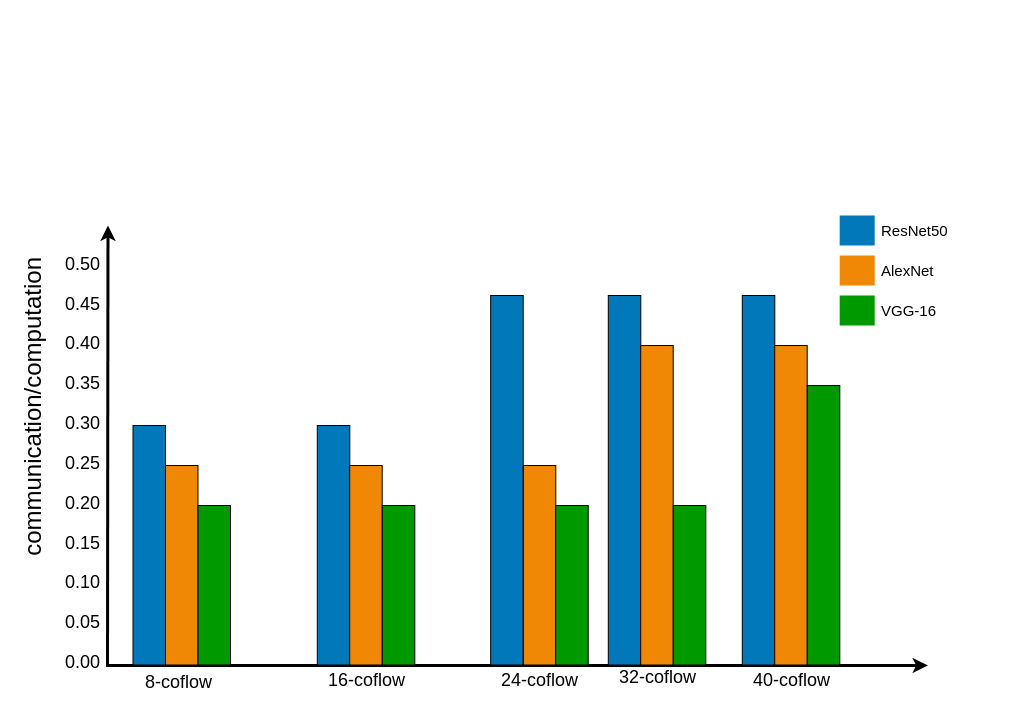
The draw.io diagram 128-cc-model.drawio in 1398111846/paper, before the edit. Source tidied: cells renumbered, new cells numbered last; positions are measured from the earlier drawing's top-left corner, leaving out a move shared by most shapes. Both pictures are drawn from the tidied source at 100%, with x=0, y=0 at pixel (17, 215).
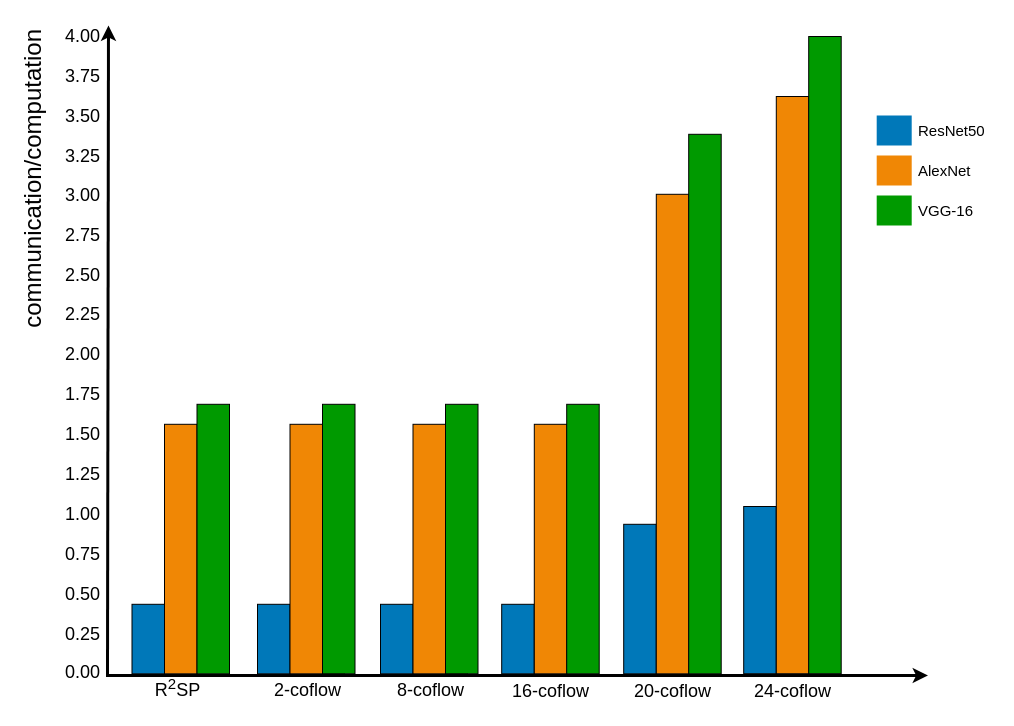
After the change.

What changed in the source:
```diff
@@
     <mxCell id="2" style="edgeStyle=none;html=1;fontColor=#000000;strokeWidth=3;strokeColor=#000000;" parent="1" edge="1">
       <mxGeometry relative="1" as="geometry">
-        <mxPoint x="90" y="450.5" as="sourcePoint" />
-        <mxPoint x="90.5" y="10" as="targetPoint" />
+        <mxPoint x="90" y="460.5" as="sourcePoint" />
+        <mxPoint x="91" y="-190" as="targetPoint" />
       </mxGeometry>
     </mxCell>
     <mxCell id="3" style="edgeStyle=none;html=1;fontColor=#000000;strokeWidth=3;strokeColor=#000000;" parent="1" edge="1">
       <mxGeometry relative="1" as="geometry">
-        <mxPoint x="88.5" y="450" as="sourcePoint" />
-        <mxPoint x="910.5" y="450" as="targetPoint" />
+        <mxPoint x="88.5" y="460" as="sourcePoint" />
+        <mxPoint x="910.5" y="460" as="targetPoint" />
       </mxGeometry>
     </mxCell>
     <mxCell id="4" value="8-coflow" style="text;spacingTop=-5;align=center;verticalAlign=middle;fontStyle=0;html=1;fontSize=18;strokeColor=none;" parent="1" vertex="1">
-      <mxGeometry x="101" y="454.5" width="120" height="30" as="geometry" />
+      <mxGeometry x="353" y="462.2" width="120" height="30" as="geometry" />
     </mxCell>
     <mxCell id="5" value="16-coflow" style="text;spacingTop=-5;align=center;verticalAlign=middle;fontStyle=0;html=1;fontSize=18;strokeColor=none;" parent="1" vertex="1">
-      <mxGeometry x="288.5" y="452.5" width="120" height="30" as="geometry" />
+      <mxGeometry x="473" y="463.2" width="120" height="30" as="geometry" />
     </mxCell>
-    <mxCell id="6" value="24-coflow" style="text;spacingTop=-5;align=center;verticalAlign=middle;fontStyle=0;html=1;fontSize=18;strokeColor=none;" parent="1" vertex="1">
-      <mxGeometry x="462" y="452.5" width="120" height="30" as="geometry" />
+    <mxCell id="6" value="20-coflow" style="text;spacingTop=-5;align=center;verticalAlign=middle;fontStyle=0;html=1;fontSize=18;strokeColor=none;" parent="1" vertex="1">
+      <mxGeometry x="595" y="463.2" width="120" height="30" as="geometry" />
     </mxCell>
     <mxCell id="7" style="whiteSpace=wrap;gradientColor=none;gradientDirection=east;strokeColor=none;html=1;fontColor=#23445d;fillColor=#009a00;" parent="1" vertex="1">
-      <mxGeometry x="822.2" y="80" width="35" height="30" as="geometry" />
+      <mxGeometry x="859.2" y="-20" width="35" height="30" as="geometry" />
     </mxCell>
     <mxCell id="8" style="whiteSpace=wrap;gradientColor=none;gradientDirection=east;strokeColor=none;html=1;fontColor=#23445d;fillColor=#F08705;" parent="1" vertex="1">
-      <mxGeometry x="822.2" y="40" width="35" height="30" as="geometry" />
+      <mxGeometry x="859.2" y="-60" width="35" height="30" as="geometry" />
     </mxCell>
     <mxCell id="9" style="whiteSpace=wrap;gradientColor=none;gradientDirection=east;strokeColor=none;html=1;fontColor=#23445d;fillColor=#0078b9;" parent="1" vertex="1">
-      <mxGeometry x="822.2" width="35" height="30" as="geometry" />
+      <mxGeometry x="859.2" y="-100" width="35" height="30" as="geometry" />
     </mxCell>
     <mxCell id="10" value="AlexNet" style="text;spacingTop=-5;html=1;fontSize=15;" parent="1" vertex="1">
-      <mxGeometry x="862.2" y="45" width="80" height="20" as="geometry" />
+      <mxGeometry x="899.2" y="-55" width="80" height="20" as="geometry" />
     </mxCell>
     <mxCell id="11" value="ResNet50" style="text;spacingTop=-5;html=1;fontSize=15;" parent="1" vertex="1">
-      <mxGeometry x="862.2" y="5" width="80" height="20" as="geometry" />
+      <mxGeometry x="899.2" y="-95" width="80" height="20" as="geometry" />
     </mxCell>
     <mxCell id="12" value="VGG-16&lt;br&gt;" style="text;spacingTop=-5;html=1;fontSize=15;" parent="1" vertex="1">
-      <mxGeometry x="862.2" y="85" width="80" height="20" as="geometry" />
+      <mxGeometry x="899.2" y="-15" width="80" height="20" as="geometry" />
     </mxCell>
     <mxCell id="13" value="communication/computation" style="text;spacingTop=-5;html=1;fontSize=24;fontStyle=0;textDirection=ltr;align=right;verticalAlign=top;horizontal=0;" parent="1" vertex="1">
-      <mxGeometry y="41" width="80" height="20" as="geometry" />
+      <mxGeometry y="-187" width="80" height="20" as="geometry" />
     </mxCell>
-    <mxCell id="14" value="0.50" style="text;spacingTop=-5;align=center;verticalAlign=middle;fontStyle=0;html=1;fontSize=18;labelBackgroundColor=none;labelBorderColor=none;rounded=0;" parent="1" vertex="1">
-      <mxGeometry x="50" y="31" width="30" height="40" as="geometry" />
+    <mxCell id="14" value="2.75" style="text;spacingTop=-5;align=center;verticalAlign=middle;fontStyle=0;html=1;fontSize=18;labelBackgroundColor=none;labelBorderColor=none;rounded=0;" parent="1" vertex="1">
+      <mxGeometry x="50" y="2" width="30" height="40" as="geometry" />
     </mxCell>
     <mxCell id="15" style="rounded=0;whiteSpace=wrap;html=1;fillColor=#0078B9;" parent="1" vertex="1">
-      <mxGeometry x="115.5" y="210" width="32.5" height="239.5" as="geometry" />
+      <mxGeometry x="363" y="388.8" width="32.5" height="69.5" as="geometry" />
     </mxCell>
-    <mxCell id="16" value="40-coflow" style="text;spacingTop=-5;align=center;verticalAlign=middle;fontStyle=0;html=1;fontSize=18;strokeColor=none;" parent="1" vertex="1">
-      <mxGeometry x="713.5" y="452.5" width="120" height="30" as="geometry" />
-    </mxCell>
-    <mxCell id="17" value="32-coflow" style="text;spacingTop=-5;align=center;verticalAlign=middle;fontStyle=0;html=1;fontSize=18;strokeColor=none;" parent="1" vertex="1">
-      <mxGeometry x="579.5" y="449.5" width="120" height="30" as="geometry" />
-    </mxCell>
-    <mxCell id="18" value="0.30" style="text;spacingTop=-5;align=center;verticalAlign=middle;fontStyle=0;html=1;fontSize=18;labelBackgroundColor=none;labelBorderColor=none;rounded=0;" parent="1" vertex="1">
-      <mxGeometry x="50" y="190" width="30" height="40" as="geometry" />
+    <mxCell id="18" value="1.75" style="text;spacingTop=-5;align=center;verticalAlign=middle;fontStyle=0;html=1;fontSize=18;labelBackgroundColor=none;labelBorderColor=none;rounded=0;" parent="1" vertex="1">
+      <mxGeometry x="50" y="161" width="30" height="40" as="geometry" />
     </mxCell>
-    <mxCell id="19" value="0.20" style="text;spacingTop=-5;align=center;verticalAlign=middle;fontStyle=0;html=1;fontSize=18;labelBackgroundColor=none;labelBorderColor=none;rounded=0;" parent="1" vertex="1">
-      <mxGeometry x="50" y="270" width="30" height="40" as="geometry" />
+    <mxCell id="19" value="1.25" style="text;spacingTop=-5;align=center;verticalAlign=middle;fontStyle=0;html=1;fontSize=18;labelBackgroundColor=none;labelBorderColor=none;rounded=0;" parent="1" vertex="1">
+      <mxGeometry x="50" y="241" width="30" height="40" as="geometry" />
     </mxCell>
-    <mxCell id="20" value="0.10" style="text;spacingTop=-5;align=center;verticalAlign=middle;fontStyle=0;html=1;fontSize=18;labelBackgroundColor=none;labelBorderColor=none;rounded=0;" parent="1" vertex="1">
-      <mxGeometry x="50" y="349.5" width="30" height="40" as="geometry" />
+    <mxCell id="20" value="0.50" style="text;spacingTop=-5;align=center;verticalAlign=middle;fontStyle=0;html=1;fontSize=18;labelBackgroundColor=none;labelBorderColor=none;rounded=0;" parent="1" vertex="1">
+      <mxGeometry x="50" y="361.8" width="30" height="40" as="geometry" />
     </mxCell>
-    <mxCell id="21" value="0.40" style="text;spacingTop=-5;align=center;verticalAlign=middle;fontStyle=0;html=1;fontSize=18;labelBackgroundColor=none;labelBorderColor=none;rounded=0;" parent="1" vertex="1">
-      <mxGeometry x="50" y="110" width="30" height="40" as="geometry" />
+    <mxCell id="21" value="2.25" style="text;spacingTop=-5;align=center;verticalAlign=middle;fontStyle=0;html=1;fontSize=18;labelBackgroundColor=none;labelBorderColor=none;rounded=0;" parent="1" vertex="1">
+      <mxGeometry x="50" y="81" width="30" height="40" as="geometry" />
     </mxCell>
-    <mxCell id="22" value="0.45" style="text;spacingTop=-5;align=center;verticalAlign=middle;fontStyle=0;html=1;fontSize=18;labelBackgroundColor=none;labelBorderColor=none;rounded=0;" parent="1" vertex="1">
-      <mxGeometry x="50" y="71" width="30" height="40" as="geometry" />
+    <mxCell id="22" value="2.50" style="text;spacingTop=-5;align=center;verticalAlign=middle;fontStyle=0;html=1;fontSize=18;labelBackgroundColor=none;labelBorderColor=none;rounded=0;" parent="1" vertex="1">
+      <mxGeometry x="50" y="42" width="30" height="40" as="geometry" />
     </mxCell>
-    <mxCell id="23" value="0.35" style="text;spacingTop=-5;align=center;verticalAlign=middle;fontStyle=0;html=1;fontSize=18;labelBackgroundColor=none;labelBorderColor=none;rounded=0;" parent="1" vertex="1">
-      <mxGeometry x="50" y="150" width="30" height="40" as="geometry" />
+    <mxCell id="23" value="2.00" style="text;spacingTop=-5;align=center;verticalAlign=middle;fontStyle=0;html=1;fontSize=18;labelBackgroundColor=none;labelBorderColor=none;rounded=0;" parent="1" vertex="1">
+      <mxGeometry x="50" y="121" width="30" height="40" as="geometry" />
     </mxCell>
-    <mxCell id="24" value="0.25" style="text;spacingTop=-5;align=center;verticalAlign=middle;fontStyle=0;html=1;fontSize=18;labelBackgroundColor=none;labelBorderColor=none;rounded=0;" parent="1" vertex="1">
-      <mxGeometry x="50" y="230" width="30" height="40" as="geometry" />
+    <mxCell id="24" value="1.50" style="text;spacingTop=-5;align=center;verticalAlign=middle;fontStyle=0;html=1;fontSize=18;labelBackgroundColor=none;labelBorderColor=none;rounded=0;" parent="1" vertex="1">
+      <mxGeometry x="50" y="201" width="30" height="40" as="geometry" />
     </mxCell>
-    <mxCell id="25" value="0.15" style="text;spacingTop=-5;align=center;verticalAlign=middle;fontStyle=0;html=1;fontSize=18;labelBackgroundColor=none;labelBorderColor=none;rounded=0;" parent="1" vertex="1">
-      <mxGeometry x="50" y="310" width="30" height="40" as="geometry" />
+    <mxCell id="25" value="1.00" style="text;spacingTop=-5;align=center;verticalAlign=middle;fontStyle=0;html=1;fontSize=18;labelBackgroundColor=none;labelBorderColor=none;rounded=0;" parent="1" vertex="1">
+      <mxGeometry x="50" y="281" width="30" height="40" as="geometry" />
     </mxCell>
-    <mxCell id="26" value="0.05" style="text;spacingTop=-5;align=center;verticalAlign=middle;fontStyle=0;html=1;fontSize=18;labelBackgroundColor=none;labelBorderColor=none;rounded=0;" parent="1" vertex="1">
-      <mxGeometry x="50" y="389.5" width="30" height="40" as="geometry" />
+    <mxCell id="26" value="0.25" style="text;spacingTop=-5;align=center;verticalAlign=middle;fontStyle=0;html=1;fontSize=18;labelBackgroundColor=none;labelBorderColor=none;rounded=0;" parent="1" vertex="1">
+      <mxGeometry x="50" y="401.5" width="30" height="40" as="geometry" />
     </mxCell>
     <mxCell id="27" value="0.00" style="text;spacingTop=-5;align=center;verticalAlign=middle;fontStyle=0;html=1;fontSize=18;labelBackgroundColor=none;labelBorderColor=none;rounded=0;" parent="1" vertex="1">
-      <mxGeometry x="50" y="429.5" width="30" height="40" as="geometry" />
+      <mxGeometry x="50" y="439.5" width="30" height="40" as="geometry" />
     </mxCell>
     <mxCell id="28" style="rounded=0;whiteSpace=wrap;html=1;fillColor=#F08705;" parent="1" vertex="1">
-      <mxGeometry x="148" y="250" width="32.5" height="199.5" as="geometry" />
+      <mxGeometry x="395.5" y="208.8" width="54.5" height="249.5" as="geometry" />
     </mxCell>
     <mxCell id="29" style="rounded=0;whiteSpace=wrap;html=1;fillColor=#009A00;" parent="1" vertex="1">
-      <mxGeometry x="180.5" y="290" width="32.5" height="159.5" as="geometry" />
+      <mxGeometry x="428" y="188.8" width="32.5" height="269.5" as="geometry" />
     </mxCell>
     <mxCell id="30" style="rounded=0;whiteSpace=wrap;html=1;fillColor=#0078B9;" parent="1" vertex="1">
-      <mxGeometry x="299.8" y="210" width="32.5" height="239.5" as="geometry" />
+      <mxGeometry x="484.2" y="388.8" width="32.5" height="69.5" as="geometry" />
     </mxCell>
     <mxCell id="31" style="rounded=0;whiteSpace=wrap;html=1;fillColor=#F08705;" parent="1" vertex="1">
-      <mxGeometry x="332.2" y="250" width="32.5" height="199.5" as="geometry" />
+      <mxGeometry x="516.8" y="208.8" width="32.5" height="249.5" as="geometry" />
     </mxCell>
     <mxCell id="32" style="rounded=0;whiteSpace=wrap;html=1;fillColor=#009A00;" parent="1" vertex="1">
-      <mxGeometry x="364.8" y="290" width="32.5" height="159.5" as="geometry" />
+      <mxGeometry x="549.2" y="188.8" width="32.5" height="269.5" as="geometry" />
     </mxCell>
     <mxCell id="33" style="rounded=0;whiteSpace=wrap;html=1;fillColor=#0078B9;" parent="1" vertex="1">
-      <mxGeometry x="473.2" y="80" width="32.5" height="369.5" as="geometry" />
+      <mxGeometry x="606.2" y="308.8" width="32.5" height="149.5" as="geometry" />
     </mxCell>
     <mxCell id="34" style="rounded=0;whiteSpace=wrap;html=1;fillColor=#F08705;" parent="1" vertex="1">
-      <mxGeometry x="505.8" y="250" width="32.5" height="199.5" as="geometry" />
+      <mxGeometry x="638.8" y="-21.2" width="32.5" height="479.5" as="geometry" />
     </mxCell>
     <mxCell id="35" style="rounded=0;whiteSpace=wrap;html=1;fillColor=#009A00;" parent="1" vertex="1">
-      <mxGeometry x="538.2" y="290" width="32.5" height="159.5" as="geometry" />
+      <mxGeometry x="671.2" y="-81.2" width="32.5" height="539.5" as="geometry" />
     </mxCell>
-    <mxCell id="36" style="rounded=0;whiteSpace=wrap;html=1;fillColor=#0078B9;" parent="1" vertex="1">
-      <mxGeometry x="590.8" y="80" width="32.5" height="369.5" as="geometry" />
-    </mxCell>
-    <mxCell id="37" style="rounded=0;whiteSpace=wrap;html=1;fillColor=#F08705;" parent="1" vertex="1">
-      <mxGeometry x="623.2" y="130" width="32.5" height="319.5" as="geometry" />
-    </mxCell>
-    <mxCell id="38" style="rounded=0;whiteSpace=wrap;html=1;fillColor=#009A00;" parent="1" vertex="1">
-      <mxGeometry x="655.8" y="290" width="32.5" height="159.5" as="geometry" />
-    </mxCell>
-    <mxCell id="39" style="rounded=0;whiteSpace=wrap;html=1;fillColor=#0078B9;" parent="1" vertex="1">
-      <mxGeometry x="724.8" y="80" width="32.5" height="369.5" as="geometry" />
-    </mxCell>
-    <mxCell id="40" style="rounded=0;whiteSpace=wrap;html=1;fillColor=#F08705;" parent="1" vertex="1">
-      <mxGeometry x="757.2" y="130" width="32.5" height="319.5" as="geometry" />
-    </mxCell>
-    <mxCell id="41" style="rounded=0;whiteSpace=wrap;html=1;fillColor=#009A00;" parent="1" vertex="1">
-      <mxGeometry x="789.8" y="170" width="32.5" height="279.5" as="geometry" />
-    </mxCell>
+    <mxCell id="42" value="3.50" style="text;spacingTop=-5;align=center;verticalAlign=middle;fontStyle=0;html=1;fontSize=18;labelBackgroundColor=none;labelBorderColor=none;rounded=0;" parent="1" vertex="1">
+      <mxGeometry x="50" y="-117" width="30" height="40" as="geometry" />
+    </mxCell>
+    <mxCell id="43" value="3.00" style="text;spacingTop=-5;align=center;verticalAlign=middle;fontStyle=0;html=1;fontSize=18;labelBackgroundColor=none;labelBorderColor=none;rounded=0;" parent="1" vertex="1">
+      <mxGeometry x="50" y="-38" width="30" height="40" as="geometry" />
+    </mxCell>
+    <mxCell id="44" value="3.25" style="text;spacingTop=-5;align=center;verticalAlign=middle;fontStyle=0;html=1;fontSize=18;labelBackgroundColor=none;labelBorderColor=none;rounded=0;" parent="1" vertex="1">
+      <mxGeometry x="50" y="-77" width="30" height="40" as="geometry" />
+    </mxCell>
+    <mxCell id="45" value="0.75" style="text;spacingTop=-5;align=center;verticalAlign=middle;fontStyle=0;html=1;fontSize=18;labelBackgroundColor=none;labelBorderColor=none;rounded=0;" parent="1" vertex="1">
+      <mxGeometry x="50" y="321" width="30" height="40" as="geometry" />
+    </mxCell>
+    <mxCell id="46" value="24-coflow" style="text;spacingTop=-5;align=center;verticalAlign=middle;fontStyle=0;html=1;fontSize=18;strokeColor=none;" parent="1" vertex="1">
+      <mxGeometry x="715" y="463.2" width="120" height="30" as="geometry" />
+    </mxCell>
+    <mxCell id="47" style="rounded=0;whiteSpace=wrap;html=1;fillColor=#0078B9;" parent="1" vertex="1">
+      <mxGeometry x="726.2" y="291" width="32.5" height="167.2" as="geometry" />
+    </mxCell>
+    <mxCell id="48" style="rounded=0;whiteSpace=wrap;html=1;fillColor=#F08705;" parent="1" vertex="1">
+      <mxGeometry x="758.8" y="-119" width="32.5" height="577.2" as="geometry" />
+    </mxCell>
+    <mxCell id="49" style="rounded=0;whiteSpace=wrap;html=1;fillColor=#009A00;" parent="1" vertex="1">
+      <mxGeometry x="791.2" y="-179" width="32.5" height="637.2" as="geometry" />
+    </mxCell>
+    <mxCell id="50" value="R&lt;sup&gt;2&lt;/sup&gt;SP" style="text;spacingTop=-5;align=center;verticalAlign=middle;fontStyle=0;html=1;fontSize=18;strokeColor=none;" parent="1" vertex="1">
+      <mxGeometry x="100" y="460.2" width="120" height="30" as="geometry" />
+    </mxCell>
+    <mxCell id="51" style="rounded=0;whiteSpace=wrap;html=1;fillColor=#0078B9;" parent="1" vertex="1">
+      <mxGeometry x="114.5" y="388.8" width="32.5" height="69.5" as="geometry" />
+    </mxCell>
+    <mxCell id="52" style="rounded=0;whiteSpace=wrap;html=1;fillColor=#F08705;" parent="1" vertex="1">
+      <mxGeometry x="147" y="208.8" width="32.5" height="249.5" as="geometry" />
+    </mxCell>
+    <mxCell id="53" style="rounded=0;whiteSpace=wrap;html=1;fillColor=#009A00;" parent="1" vertex="1">
+      <mxGeometry x="179.5" y="188.8" width="32.5" height="269.5" as="geometry" />
+    </mxCell>
+    <mxCell id="54" value="4.00" style="text;spacingTop=-5;align=center;verticalAlign=middle;fontStyle=0;html=1;fontSize=18;labelBackgroundColor=none;labelBorderColor=none;rounded=0;" parent="1" vertex="1">
+      <mxGeometry x="50" y="-197" width="30" height="40" as="geometry" />
+    </mxCell>
+    <mxCell id="55" value="3.75" style="text;spacingTop=-5;align=center;verticalAlign=middle;fontStyle=0;html=1;fontSize=18;labelBackgroundColor=none;labelBorderColor=none;rounded=0;" parent="1" vertex="1">
+      <mxGeometry x="50" y="-157" width="30" height="40" as="geometry" />
+    </mxCell>
+    <mxCell id="56" value="2-coflow" style="text;spacingTop=-5;align=center;verticalAlign=middle;fontStyle=0;html=1;fontSize=18;strokeColor=none;" parent="1" vertex="1">
+      <mxGeometry x="230" y="462.2" width="120" height="30" as="geometry" />
+    </mxCell>
+    <mxCell id="57" style="rounded=0;whiteSpace=wrap;html=1;fillColor=#0078B9;" parent="1" vertex="1">
+      <mxGeometry x="240" y="388.8" width="32.5" height="69.5" as="geometry" />
+    </mxCell>
+    <mxCell id="58" style="rounded=0;whiteSpace=wrap;html=1;fillColor=#F08705;" parent="1" vertex="1">
+      <mxGeometry x="272.5" y="208.8" width="54.5" height="249.5" as="geometry" />
+    </mxCell>
+    <mxCell id="59" style="rounded=0;whiteSpace=wrap;html=1;fillColor=#009A00;" parent="1" vertex="1">
+      <mxGeometry x="305" y="188.8" width="32.5" height="269.5" as="geometry" />
+    </mxCell>
```
